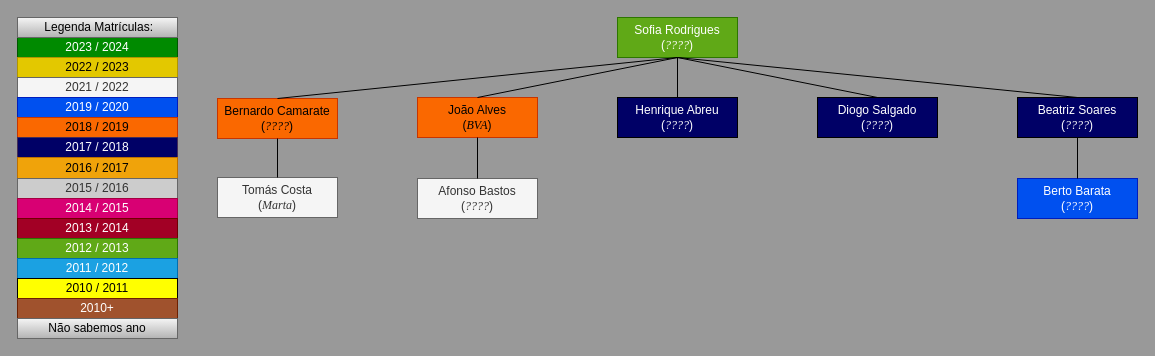
Before: Draw.io/Familia_da_Sofia_Rodrigues.drawio in pdmtmr/PDMTMRTESTLOCATION-AKA-ARBUSTO, a draw.io diagram. Source tidied: cells renumbered, new cells numbered last; positions are measured from the earlier drawing's top-left corner, leaving out a move shared by most shapes. Both pictures are drawn from the tidied source at 100%, with x=0, y=0 at pixel (17, 17).
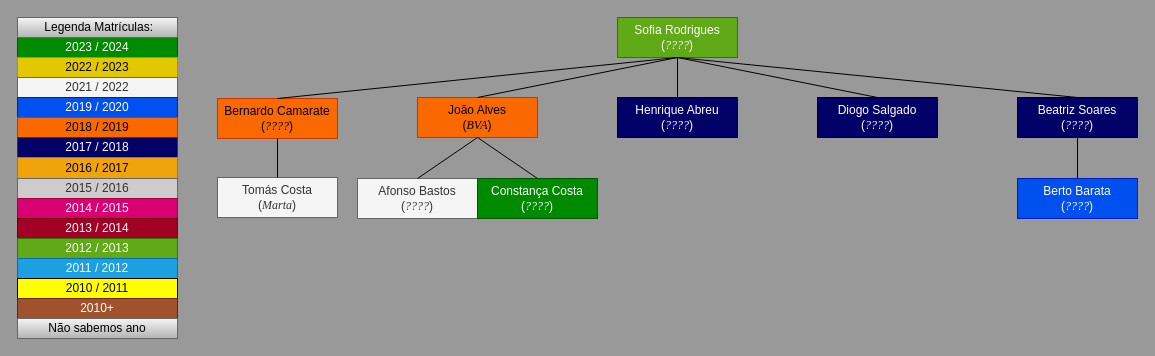
After the change.

Commit message (it also covers changes not shown here):
add constança costa

The change refers to these unchanged cells:
```xml
<mxCell id="19" value="&lt;div&gt;&lt;span style=&quot;background-color: initial;&quot;&gt;João Alves&lt;/span&gt;&lt;/div&gt;&lt;div&gt;&lt;span style=&quot;background-color: initial;&quot;&gt;(&lt;font face=&quot;Times New Roman&quot;&gt;&lt;i&gt;BVA&lt;/i&gt;&lt;/font&gt;&lt;/span&gt;&lt;span style=&quot;background-color: initial;&quot;&gt;)&lt;/span&gt;&lt;/div&gt;" style="rounded=0;whiteSpace=wrap;html=1;fillColor=#fa6800;fontColor=#000000;strokeColor=#C73500;" parent="1" vertex="1">
  <mxGeometry x="400" y="80" width="120" height="40" as="geometry" />
</mxCell>
```

Diff of the diagram source:
```diff
@@
     <mxCell id="20" value="&lt;div&gt;&lt;span style=&quot;background-color: initial;&quot;&gt;Afonso Bastos&lt;/span&gt;&lt;/div&gt;&lt;div&gt;&lt;span style=&quot;background-color: initial;&quot;&gt;(&lt;/span&gt;&lt;i style=&quot;background-color: initial;&quot;&gt;&lt;font face=&quot;Times New Roman&quot;&gt;????&lt;/font&gt;&lt;/i&gt;&lt;span style=&quot;background-color: initial;&quot;&gt;)&lt;/span&gt;&lt;/div&gt;" style="rounded=0;whiteSpace=wrap;html=1;fillColor=#f5f5f5;fontColor=#333333;strokeColor=#666666;" parent="1" vertex="1">
-      <mxGeometry x="400" y="161" width="120" height="40" as="geometry" />
+      <mxGeometry x="340" y="161" width="120" height="40" as="geometry" />
     </mxCell>
@@
+    <mxCell id="35" value="&lt;div&gt;&lt;span style=&quot;background-color: initial;&quot;&gt;Constança Costa&lt;/span&gt;&lt;/div&gt;&lt;div&gt;&lt;span style=&quot;background-color: initial;&quot;&gt;(&lt;/span&gt;&lt;i style=&quot;background-color: initial;&quot;&gt;&lt;font face=&quot;Times New Roman&quot;&gt;????&lt;/font&gt;&lt;/i&gt;&lt;span style=&quot;background-color: initial;&quot;&gt;)&lt;/span&gt;&lt;/div&gt;" style="rounded=0;whiteSpace=wrap;html=1;fillColor=#008a00;fontColor=#ffffff;strokeColor=#005700;" parent="1" vertex="1">
+      <mxGeometry x="460" y="161" width="120" height="40" as="geometry" />
+    </mxCell>
+    <mxCell id="36" style="endArrow=none;html=1;exitX=0.5;exitY=0;exitDx=0;exitDy=0;entryX=0.5;entryY=1;entryDx=0;entryDy=0;" parent="1" edge="1" source="35" target="19">
+      <mxGeometry relative="1" as="geometry" />
+    </mxCell>
```
